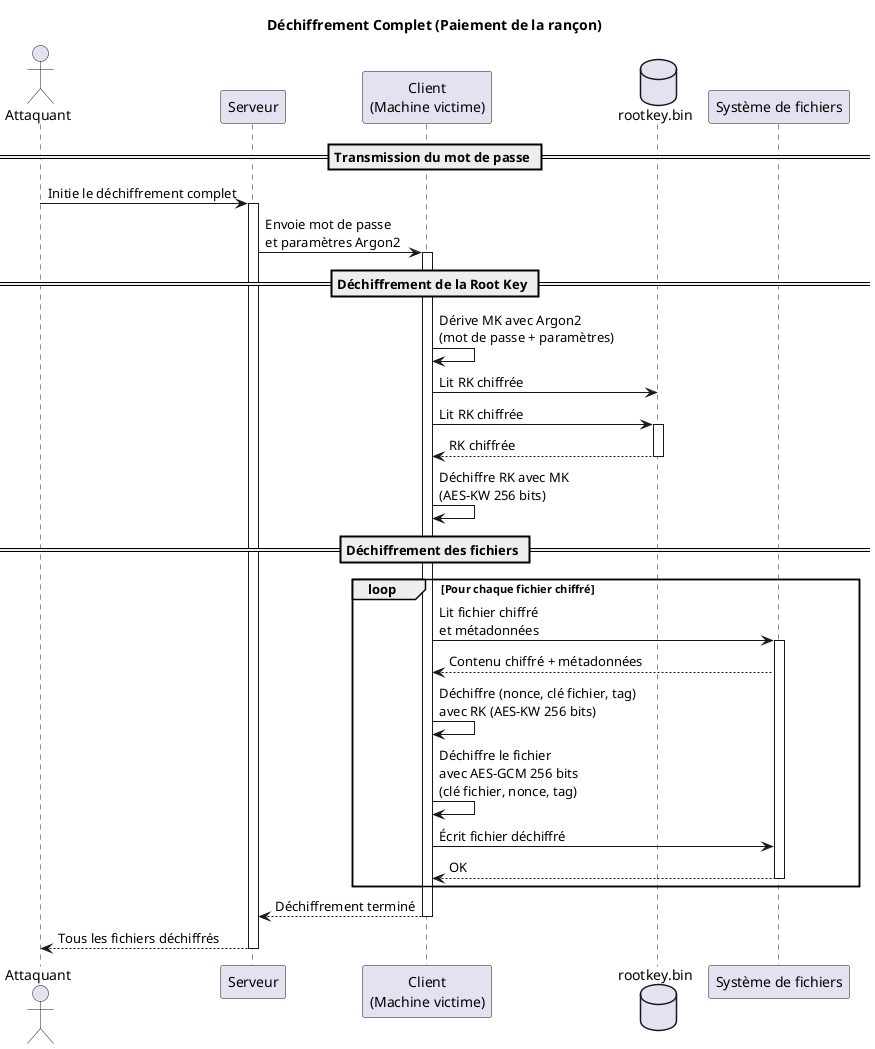
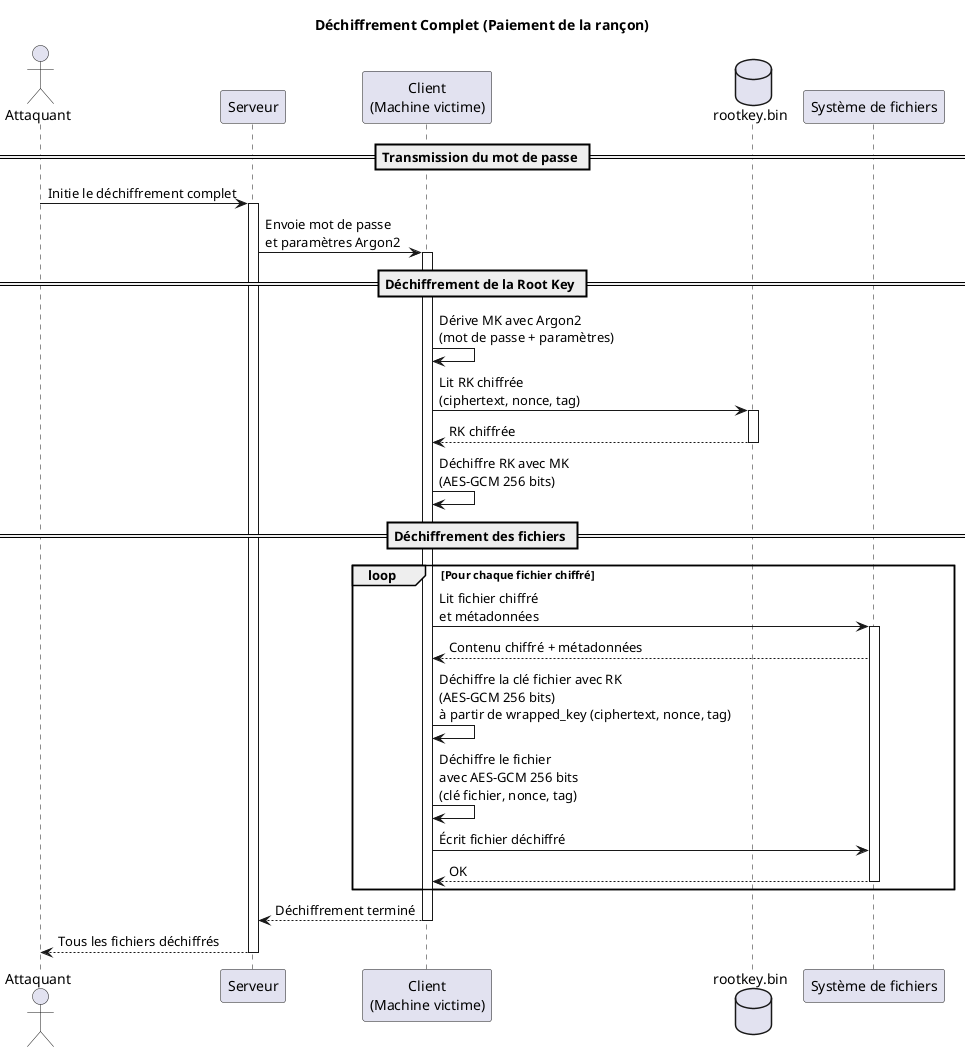
@startuml Ransomware Architecture - Déchiffrement Complet

title Déchiffrement Complet (Paiement de la rançon)

actor Attaquant as attacker
participant "Serveur" as server
participant "Client\n(Machine victime)" as client
database "rootkey.bin" as rootkey
participant "Système de fichiers" as fs

== Transmission du mot de passe ==
attacker -> server: Initie le déchiffrement complet
activate server
server -> client: Envoie mot de passe\net paramètres Argon2
activate client

== Déchiffrement de la Root Key ==
client -> client: Dérive MK avec Argon2\n(mot de passe + paramètres)
- client -> rootkey: Lit RK chiffrée
- client -> rootkey: Lit RK chiffrée
+ client -> rootkey: Lit RK chiffrée\n(ciphertext, nonce, tag)
activate rootkey
rootkey --> client: RK chiffrée
deactivate rootkey

- client -> client: Déchiffre RK avec MK\n(AES-KW 256 bits)
+ client -> client: Déchiffre RK avec MK\n(AES-GCM 256 bits)

== Déchiffrement des fichiers ==
loop Pour chaque fichier chiffré
    client -> fs: Lit fichier chiffré\net métadonnées
    activate fs
    fs --> client: Contenu chiffré + métadonnées

-     client -> client: Déchiffre (nonce, clé fichier, tag)\navec RK (AES-KW 256 bits)
+     client -> client: Déchiffre la clé fichier avec RK\n(AES-GCM 256 bits)\nà partir de wrapped_key (ciphertext, nonce, tag)

    client -> client: Déchiffre le fichier\navec AES-GCM 256 bits\n(clé fichier, nonce, tag)

    client -> fs: Écrit fichier déchiffré
    fs --> client: OK
    deactivate fs
end

client --> server: Déchiffrement terminé
deactivate client
server --> attacker: Tous les fichiers déchiffrés
deactivate server

@enduml
